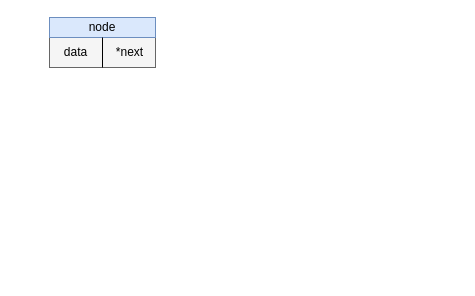
Above: misc/data-struck.drawio in wszdezh/misc (draw.io), before the change. Source tidied: cells renumbered, new cells numbered last; positions are measured from the earlier drawing's top-left corner, leaving out a move shared by most shapes. Both pictures are drawn from the tidied source at 100%, with x=0, y=0 at pixel (49, 17).
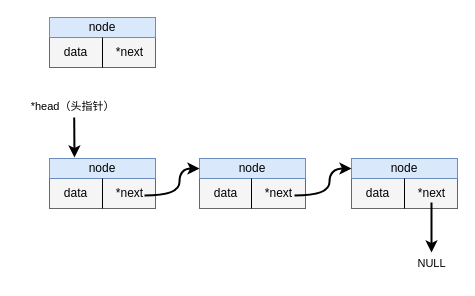
After the change.

What changed in the source:
```diff
@@
+    <mxCell id="9" style="group;" parent="1" vertex="1">
+      <mxGeometry x="150" y="141" width="106" height="50" as="geometry" />
+    </mxCell>
+    <mxCell id="10" style="rounded=0;whiteSpace=wrap;html=1;fillColor=#f5f5f5;fontColor=#333333;strokeColor=#666666;" parent="9" vertex="1">
+      <mxGeometry y="20" width="106" height="30" as="geometry" />
+    </mxCell>
+    <mxCell id="11" value="node" style="rounded=0;whiteSpace=wrap;html=1;fillColor=#dae8fc;strokeColor=#6c8ebf;" parent="9" vertex="1">
+      <mxGeometry width="106" height="20" as="geometry" />
+    </mxCell>
+    <mxCell id="12" style="edgeStyle=orthogonalEdgeStyle;rounded=0;orthogonalLoop=1;jettySize=auto;html=1;exitX=0.5;exitY=1;exitDx=0;exitDy=0;" parent="9" edge="1">
+      <mxGeometry relative="1" as="geometry">
+        <mxPoint x="52" y="20" as="sourcePoint" />
+        <mxPoint x="52" y="20" as="targetPoint" />
+      </mxGeometry>
+    </mxCell>
+    <mxCell id="13" style="endArrow=none;html=1;rounded=0;exitX=0.5;exitY=1;exitDx=0;exitDy=0;entryX=0.5;entryY=0;entryDx=0;entryDy=0;" parent="9" edge="1">
+      <mxGeometry relative="1" as="geometry">
+        <mxPoint x="52" y="50" as="sourcePoint" />
+        <mxPoint x="52" y="20" as="targetPoint" />
+      </mxGeometry>
+    </mxCell>
+    <mxCell id="14" value="data" style="text;html=1;align=center;verticalAlign=middle;fillColor=none;strokeColor=none;rounded=0;" parent="9" vertex="1">
+      <mxGeometry x="1" y="20" width="50" height="30" as="geometry" />
+    </mxCell>
+    <mxCell id="15" value="*next" style="text;html=1;align=center;verticalAlign=middle;fillColor=none;strokeColor=none;rounded=0;" parent="9" vertex="1">
+      <mxGeometry x="54" y="20" width="50" height="30" as="geometry" />
+    </mxCell>
+    <mxCell id="16" style="group;" parent="1" vertex="1">
+      <mxGeometry y="141" width="106" height="50" as="geometry" />
+    </mxCell>
+    <mxCell id="17" style="rounded=0;whiteSpace=wrap;html=1;fillColor=#f5f5f5;fontColor=#333333;strokeColor=#666666;" parent="16" vertex="1">
+      <mxGeometry y="20" width="106" height="30" as="geometry" />
+    </mxCell>
+    <mxCell id="18" value="node" style="rounded=0;whiteSpace=wrap;html=1;fillColor=#dae8fc;strokeColor=#6c8ebf;" parent="16" vertex="1">
+      <mxGeometry width="106" height="20" as="geometry" />
+    </mxCell>
+    <mxCell id="19" style="edgeStyle=orthogonalEdgeStyle;rounded=0;orthogonalLoop=1;jettySize=auto;html=1;exitX=0.5;exitY=1;exitDx=0;exitDy=0;" parent="16" edge="1" source="18" target="18">
+      <mxGeometry relative="1" as="geometry" />
+    </mxCell>
+    <mxCell id="20" style="endArrow=none;html=1;rounded=0;exitX=0.5;exitY=1;exitDx=0;exitDy=0;entryX=0.5;entryY=0;entryDx=0;entryDy=0;" parent="16" edge="1" source="17" target="17">
+      <mxGeometry relative="1" as="geometry" />
+    </mxCell>
+    <mxCell id="21" value="data" style="text;html=1;align=center;verticalAlign=middle;fillColor=none;strokeColor=none;rounded=0;" parent="16" vertex="1">
+      <mxGeometry x="1" y="20" width="50" height="30" as="geometry" />
+    </mxCell>
+    <mxCell id="22" value="*next" style="text;html=1;align=center;verticalAlign=middle;fillColor=none;strokeColor=none;rounded=0;" parent="16" vertex="1">
+      <mxGeometry x="55" y="20" width="50" height="30" as="geometry" />
+    </mxCell>
+    <mxCell id="23" style="curved=1;endArrow=classic;html=1;rounded=0;edgeStyle=orthogonalEdgeStyle;strokeWidth=2;" parent="1" edge="1">
+      <mxGeometry relative="1" as="geometry">
+        <mxPoint x="95" y="178" as="sourcePoint" />
+        <mxPoint x="150" y="151" as="targetPoint" />
+        <Array as="points">
+          <mxPoint x="130" y="178" />
+          <mxPoint x="130" y="151" />
+        </Array>
+      </mxGeometry>
+    </mxCell>
+    <mxCell id="24" style="group;" parent="1" vertex="1">
+      <mxGeometry x="302" y="141" width="106" height="50" as="geometry" />
+    </mxCell>
+    <mxCell id="25" style="rounded=0;whiteSpace=wrap;html=1;fillColor=#f5f5f5;fontColor=#333333;strokeColor=#666666;" parent="24" vertex="1">
+      <mxGeometry y="20" width="106" height="30" as="geometry" />
+    </mxCell>
+    <mxCell id="26" value="node" style="rounded=0;whiteSpace=wrap;html=1;fillColor=#dae8fc;strokeColor=#6c8ebf;" parent="24" vertex="1">
+      <mxGeometry width="106" height="20" as="geometry" />
+    </mxCell>
+    <mxCell id="27" style="edgeStyle=orthogonalEdgeStyle;rounded=0;orthogonalLoop=1;jettySize=auto;html=1;exitX=0.5;exitY=1;exitDx=0;exitDy=0;" parent="24" edge="1" source="26" target="26">
+      <mxGeometry relative="1" as="geometry" />
+    </mxCell>
+    <mxCell id="28" style="endArrow=none;html=1;rounded=0;exitX=0.5;exitY=1;exitDx=0;exitDy=0;entryX=0.5;entryY=0;entryDx=0;entryDy=0;" parent="24" edge="1" source="25" target="25">
+      <mxGeometry relative="1" as="geometry" />
+    </mxCell>
+    <mxCell id="29" value="data" style="text;html=1;align=center;verticalAlign=middle;fillColor=none;strokeColor=none;rounded=0;" parent="24" vertex="1">
+      <mxGeometry x="1" y="20" width="50" height="30" as="geometry" />
+    </mxCell>
+    <mxCell id="30" value="*next" style="text;html=1;align=center;verticalAlign=middle;fillColor=none;strokeColor=none;rounded=0;" parent="24" vertex="1">
+      <mxGeometry x="55" y="20" width="50" height="30" as="geometry" />
+    </mxCell>
+    <mxCell id="31" style="curved=1;endArrow=classic;html=1;rounded=0;edgeStyle=orthogonalEdgeStyle;strokeWidth=2;" parent="1" edge="1" target="26">
+      <mxGeometry relative="1" as="geometry">
+        <mxPoint x="245" y="178" as="sourcePoint" />
+        <Array as="points">
+          <mxPoint x="280" y="178" />
+          <mxPoint x="280" y="151" />
+        </Array>
+      </mxGeometry>
+    </mxCell>
+    <mxCell id="32" style="endArrow=classic;html=1;rounded=0;labelBackgroundColor=default;strokeColor=default;fontFamily=Helvetica;fontSize=11;fontColor=default;shape=connector;curved=1;strokeWidth=2;" parent="1" edge="1">
+      <mxGeometry relative="1" as="geometry">
+        <mxPoint x="382" y="185" as="sourcePoint" />
+        <mxPoint x="382" y="235" as="targetPoint" />
+      </mxGeometry>
+    </mxCell>
+    <mxCell id="33" value="NULL" style="text;html=1;align=center;verticalAlign=middle;fillColor=none;strokeColor=none;rounded=0;fontFamily=Helvetica;fontSize=11;fontColor=default;" parent="1" vertex="1">
+      <mxGeometry x="357" y="231" width="50" height="30" as="geometry" />
+    </mxCell>
+    <mxCell id="34" value="*head（头指针）" style="text;html=1;align=center;verticalAlign=middle;fillColor=none;strokeColor=none;rounded=0;fontFamily=Helvetica;fontSize=11;fontColor=default;" parent="1" vertex="1">
+      <mxGeometry x="-32" y="74" width="110" height="30" as="geometry" />
+    </mxCell>
+    <mxCell id="35" style="endArrow=classic;html=1;rounded=0;labelBackgroundColor=default;strokeColor=default;fontFamily=Helvetica;fontSize=11;fontColor=default;shape=connector;curved=1;strokeWidth=2;" parent="1" edge="1">
+      <mxGeometry relative="1" as="geometry">
+        <mxPoint x="24.7" y="100" as="sourcePoint" />
+        <mxPoint x="25" y="140" as="targetPoint" />
+      </mxGeometry>
+    </mxCell>
```
